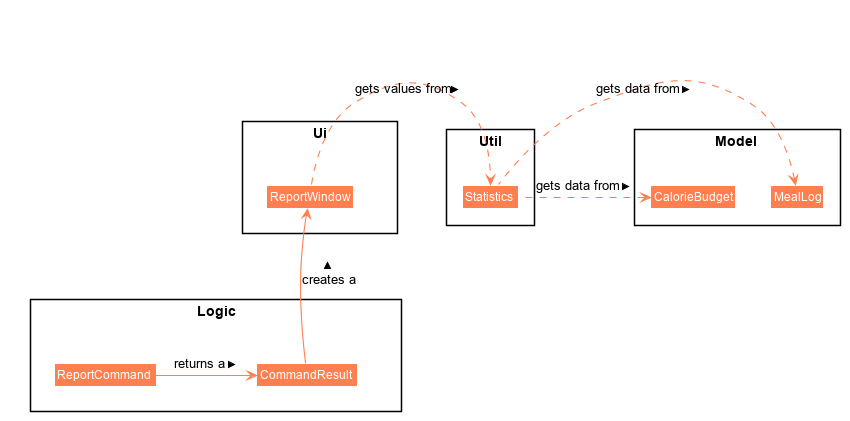
Earlier version of the PlantUML export docs/images/ReportClassDiagram.png (nus-cs2103-AY1920S1/addressbook-level3).
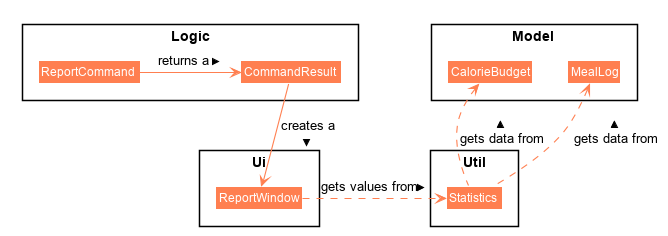
After the change.

Commit message:
Update Report Feature in Developer Guide

The edit, as a diff of the source:
```diff
@@ -84,9 +84,6 @@
 
 CommandResult -> ReportWindow : creates a >
 
-MealLog -[hidden]left-> Statistics
-Statistics -[hidden]down-> MealLog
-Statistics -[hidden]down-> CalorieBudget
-Ui -[hidden]down-> Logic
+ReportWindow -[hidden]up-> ReportCommand
 
 @enduml
```
